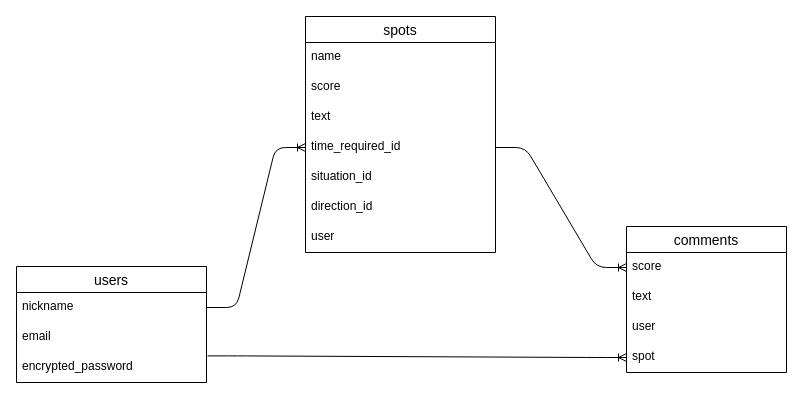
mirarukun/hamamatu-drive-course keeps this draw.io diagram as hamamatu-drive-course-ER.dio. Above is the earlier version. Source tidied: cells renumbered, new cells numbered last; positions are measured from the earlier drawing's top-left corner, leaving out a move shared by most shapes. Both pictures are drawn from the tidied source at 100%, with x=0, y=0 at pixel (16, 16).
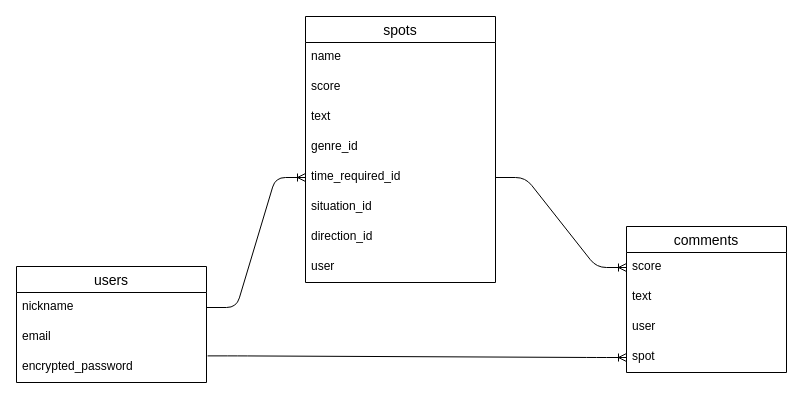
Above is the later version.

Commit message (it also covers changes not shown here):
カラム入力忘れ修正

The edit, as a diff of the source:
```diff
@@
     <mxCell id="6" value="spots" style="swimlane;fontStyle=0;horizontal=1;startSize=26;align=center;fontSize=14;" parent="1" vertex="1">
-      <mxGeometry x="289" width="190" height="236" as="geometry" />
+      <mxGeometry x="289" width="190" height="266" as="geometry" />
     </mxCell>
@@
+    <mxCell id="22" value="genre_id" style="text;strokeColor=none;fillColor=none;spacingLeft=4;spacingRight=4;overflow=hidden;fontSize=12;" parent="6" vertex="1">
+      <mxGeometry y="116" width="190" height="30" as="geometry" />
+    </mxCell>
     <mxCell id="10" value="time_required_id" style="text;strokeColor=none;fillColor=none;spacingLeft=4;spacingRight=4;overflow=hidden;points=[[0,0.5],[1,0.5]];portConstraint=eastwest;fontSize=12;" parent="6" vertex="1">
-      <mxGeometry y="116" width="190" height="30" as="geometry" />
+      <mxGeometry y="146" width="190" height="30" as="geometry" />
     </mxCell>
     <mxCell id="11" value="situation_id" style="text;strokeColor=none;fillColor=none;spacingLeft=4;spacingRight=4;overflow=hidden;fontSize=12;" parent="6" vertex="1">
-      <mxGeometry y="146" width="190" height="30" as="geometry" />
+      <mxGeometry y="176" width="190" height="30" as="geometry" />
     </mxCell>
     <mxCell id="12" value="direction_id" style="text;strokeColor=none;fillColor=none;spacingLeft=4;spacingRight=4;overflow=hidden;fontSize=12;" parent="6" vertex="1">
-      <mxGeometry y="176" width="190" height="30" as="geometry" />
+      <mxGeometry y="206" width="190" height="30" as="geometry" />
     </mxCell>
     <mxCell id="13" value="user" style="text;strokeColor=none;fillColor=none;spacingLeft=4;spacingRight=4;overflow=hidden;fontSize=12;" parent="6" vertex="1">
-      <mxGeometry y="206" width="190" height="30" as="geometry" />
+      <mxGeometry y="236" width="190" height="30" as="geometry" />
     </mxCell>
```
